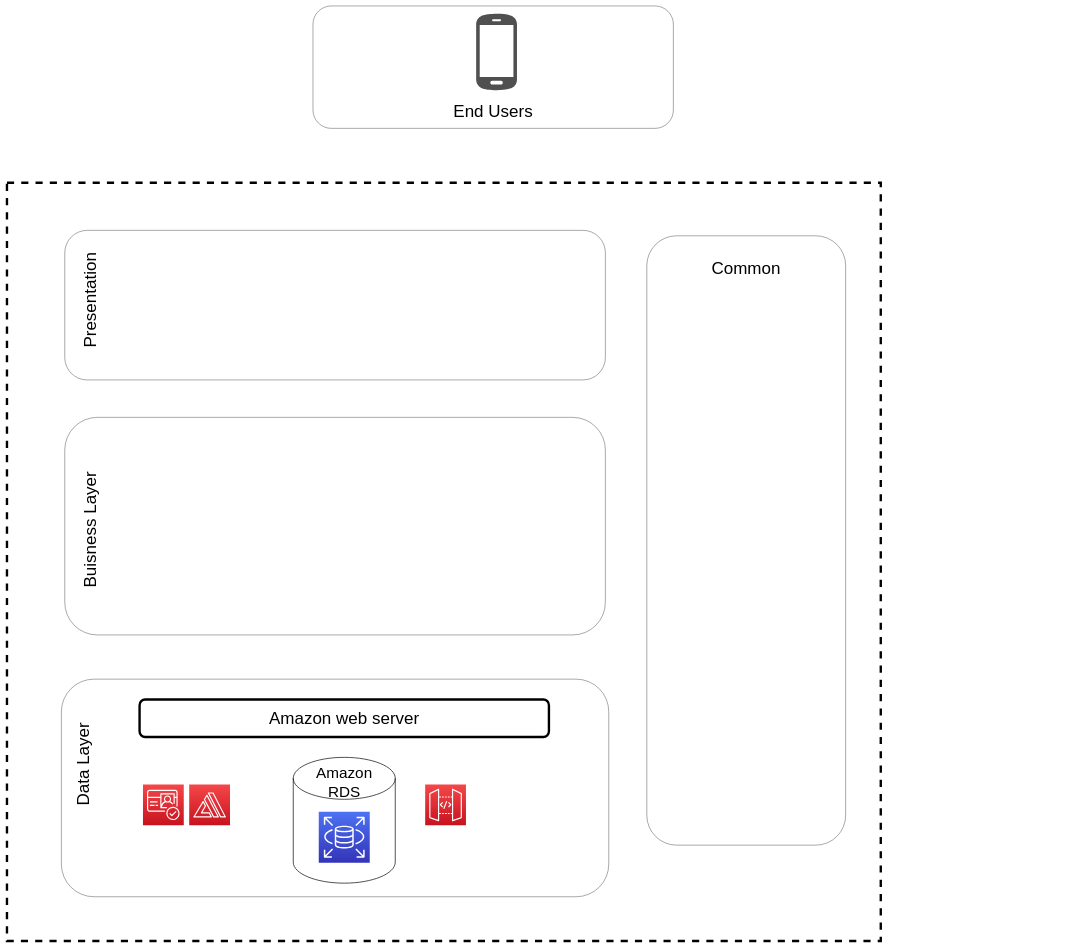
Earlier version of the draw.io diagram Untitled Diagram.drawio (SahanChan/x). Source tidied: cells renumbered, new cells numbered last; positions are measured from the earlier drawing's top-left corner, leaving out a move shared by most shapes. Both pictures are drawn from the tidied source at 34%, with x=0, y=0 at pixel (7, 6). Pictures stored in the file or linked from it are replaced by grey dashed boxes.
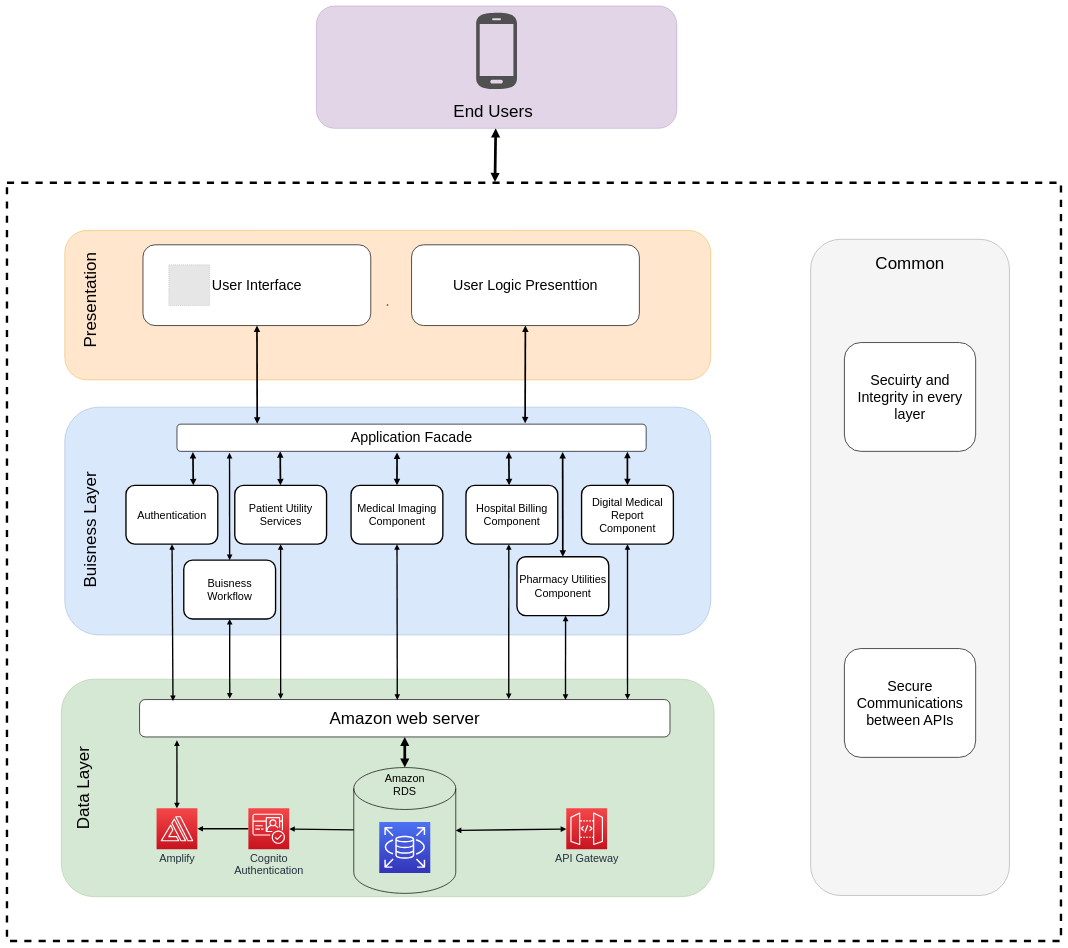
The same page after the edit.

The edit, as a diff of the source:
```diff
@@
     <mxCell id="2" style="rounded=0;whiteSpace=wrap;html=1;fillColor=none;dashed=1;glass=0;sketch=0;shadow=0;strokeWidth=7;" parent="1" vertex="1">
-      <mxGeometry y="520" width="2570" height="2230" as="geometry" />
+      <mxGeometry y="520" width="3100" height="2230" as="geometry" />
     </mxCell>
-    <mxCell id="3" style="rounded=1;whiteSpace=wrap;html=1;" parent="1" vertex="1">
-      <mxGeometry x="170" y="660" width="1590" height="440" as="geometry" />
+    <mxCell id="3" value="z" style="rounded=1;whiteSpace=wrap;html=1;fillColor=#ffe6cc;strokeColor=#d79b00;" parent="1" vertex="1">
+      <mxGeometry x="170" y="660" width="1900" height="440" as="geometry" />
     </mxCell>
-    <mxCell id="4" style="rounded=1;whiteSpace=wrap;html=1;" parent="1" vertex="1">
-      <mxGeometry x="160" y="1980" width="1610" height="640" as="geometry" />
+    <mxCell id="4" style="rounded=1;whiteSpace=wrap;html=1;fillColor=#d5e8d4;strokeColor=#82b366;" parent="1" vertex="1">
+      <mxGeometry x="160" y="1980" width="1920" height="640" as="geometry" />
     </mxCell>
-    <mxCell id="5" style="rounded=1;whiteSpace=wrap;html=1;" parent="1" vertex="1">
-      <mxGeometry x="170" y="1210" width="1590" height="640" as="geometry" />
+    <mxCell id="5" style="rounded=1;whiteSpace=wrap;html=1;fillColor=#dae8fc;strokeColor=#6c8ebf;" parent="1" vertex="1">
+      <mxGeometry x="170" y="1180" width="1900" height="670" as="geometry" />
     </mxCell>
@@
     <mxCell id="8" value="&lt;font style=&quot;font-size: 50px&quot;&gt;Data Layer&lt;/font&gt;" style="text;html=1;strokeColor=none;fillColor=none;align=center;verticalAlign=middle;whiteSpace=wrap;rounded=0;rotation=-90;" parent="1" vertex="1">
-      <mxGeometry x="100" y="2207.5" width="247.5" height="45" as="geometry" />
+      <mxGeometry x="100" y="2277.5" width="247.5" height="45" as="geometry" />
     </mxCell>
-    <mxCell id="9" style="rounded=1;whiteSpace=wrap;html=1;rotation=90;" parent="1" vertex="1">
-      <mxGeometry x="1278.2" y="1279.7" width="1792.2" height="584.8" as="geometry" />
+    <mxCell id="9" style="rounded=1;whiteSpace=wrap;html=1;rotation=90;fillColor=#f5f5f5;strokeColor=#666666;fontColor=#333333;" parent="1" vertex="1">
+      <mxGeometry x="1691.1" y="1358.9" width="1930" height="584.8" as="geometry" />
     </mxCell>
     <mxCell id="10" value="&lt;div style=&quot;font-size: 50px&quot;&gt;&lt;font style=&quot;font-size: 50px&quot;&gt;Common&lt;/font&gt;&lt;/div&gt;&lt;div&gt;&lt;br&gt;&lt;/div&gt;" style="text;html=1;strokeColor=none;fillColor=none;align=center;verticalAlign=middle;whiteSpace=wrap;rounded=0;" parent="1" vertex="1">
-      <mxGeometry x="2154.3" y="770" width="40" height="20" as="geometry" />
+      <mxGeometry x="2636.1" y="760" width="40" height="10" as="geometry" />
     </mxCell>
+    <mxCell id="21" style="edgeStyle=none;rounded=0;jettySize=auto;html=1;startArrow=block;startFill=1;endArrow=block;endFill=1;targetPerimeterSpacing=0;strokeWidth=8;entryX=0.463;entryY=-0.001;entryDx=0;entryDy=0;entryPerimeter=0;" parent="1" edge="1" source="11" target="2">
+      <mxGeometry relative="1" as="geometry" />
+    </mxCell>
-    <mxCell id="11" style="rounded=1;whiteSpace=wrap;html=1;" parent="1" vertex="1">
-      <mxGeometry x="900" width="1060" height="360" as="geometry" />
+    <mxCell id="11" style="rounded=1;whiteSpace=wrap;html=1;fillColor=#e1d5e7;strokeColor=#9673a6;" parent="1" vertex="1">
+      <mxGeometry x="910" width="1060" height="360" as="geometry" />
     </mxCell>
     <mxCell id="12" style="shadow=0;dashed=0;html=1;strokeColor=none;fillColor=#505050;labelPosition=center;verticalLabelPosition=bottom;verticalAlign=top;align=center;shape=mxgraph.office.devices.cell_phone_android_proportional;" parent="1" vertex="1">
-      <mxGeometry x="1380" y="20" width="120" height="230" as="geometry" />
+      <mxGeometry x="1380" y="17" width="120" height="230" as="geometry" />
     </mxCell>
@@
     <mxCell id="14" style="fontColor=#232F3E;gradientColor=#4D72F3;gradientDirection=north;fillColor=#3334B9;strokeColor=#ffffff;dashed=0;verticalLabelPosition=bottom;verticalAlign=top;align=center;html=1;fontSize=12;fontStyle=0;shape=mxgraph.aws4.resourceIcon;resIcon=mxgraph.aws4.rds;rounded=0;shadow=0;glass=0;sketch=0;" parent="1" vertex="1">
-      <mxGeometry x="917" y="2370" width="150" height="150" as="geometry" />
+      <mxGeometry x="1095" y="2400" width="150" height="150" as="geometry" />
     </mxCell>
+    <mxCell id="22" style="edgeStyle=none;rounded=0;jettySize=auto;html=1;startArrow=block;startFill=1;endArrow=block;endFill=1;targetPerimeterSpacing=0;strokeWidth=8;" parent="1" edge="1" source="15" target="17">
+      <mxGeometry relative="1" as="geometry" />
+    </mxCell>
+    <mxCell id="23" style="edgeStyle=none;rounded=0;jettySize=auto;html=1;startArrow=none;startFill=0;endArrow=block;endFill=1;targetPerimeterSpacing=0;strokeWidth=4;" parent="1" edge="1" source="15" target="18">
+      <mxGeometry relative="1" as="geometry" />
+    </mxCell>
     <mxCell id="15" style="strokeWidth=2;html=1;shape=mxgraph.flowchart.database;whiteSpace=wrap;rounded=0;shadow=0;glass=0;sketch=0;fillColor=none;" parent="1" vertex="1">
-      <mxGeometry x="842" y="2210" width="300" height="370" as="geometry" />
+      <mxGeometry x="1020" y="2240" width="300" height="370" as="geometry" />
     </mxCell>
-    <mxCell id="16" value="&lt;div style=&quot;font-size: 45px&quot;&gt;&lt;font style=&quot;font-size: 45px&quot;&gt;Amazon RDS&lt;/font&gt;&lt;/div&gt;&lt;div style=&quot;font-size: 45px&quot;&gt;&lt;font style=&quot;font-size: 45px&quot;&gt;&lt;br&gt;&lt;/font&gt;&lt;/div&gt;" style="text;html=1;strokeColor=none;fillColor=none;align=center;verticalAlign=middle;whiteSpace=wrap;rounded=0;shadow=0;glass=0;sketch=0;" parent="1" vertex="1">
-      <mxGeometry x="972" y="2300" width="40" height="20" as="geometry" />
+    <mxCell id="16" value="&lt;div style=&quot;font-size: 32px&quot;&gt;&lt;font style=&quot;font-size: 32px&quot;&gt;Amazon RDS&lt;/font&gt;&lt;/div&gt;&lt;div style=&quot;font-size: 32px&quot;&gt;&lt;font style=&quot;font-size: 32px&quot;&gt;&lt;br&gt;&lt;/font&gt;&lt;/div&gt;" style="text;html=1;strokeColor=none;fillColor=none;align=center;verticalAlign=middle;whiteSpace=wrap;rounded=0;shadow=0;glass=0;sketch=0;" parent="1" vertex="1">
+      <mxGeometry x="1146" y="2300" width="48" height="20" as="geometry" />
     </mxCell>
-    <mxCell id="17" value="&lt;div&gt;&lt;font style=&quot;font-size: 50px&quot;&gt;Amazon web server&lt;/font&gt;&lt;/div&gt;" style="rounded=1;whiteSpace=wrap;html=1;shadow=0;glass=0;sketch=0;strokeWidth=7;" parent="1" vertex="1">
-      <mxGeometry x="390" y="2040" width="1204" height="110" as="geometry" />
+    <mxCell id="17" value="&lt;div&gt;&lt;font style=&quot;font-size: 50px&quot;&gt;Amazon web server&lt;/font&gt;&lt;/div&gt;" style="rounded=1;whiteSpace=wrap;html=1;shadow=0;glass=0;sketch=0;strokeWidth=2;" parent="1" vertex="1">
+      <mxGeometry x="390" y="2040" width="1560" height="110" as="geometry" />
     </mxCell>
+    <mxCell id="24" style="edgeStyle=none;rounded=0;jettySize=auto;html=1;startArrow=none;startFill=0;endArrow=block;endFill=1;targetPerimeterSpacing=0;strokeWidth=4;" parent="1" edge="1" source="18" target="19">
+      <mxGeometry relative="1" as="geometry" />
+    </mxCell>
-    <mxCell id="18" style="points=[[0,0,0],[0.25,0,0],[0.5,0,0],[0.75,0,0],[1,0,0],[0,1,0],[0.25,1,0],[0.5,1,0],[0.75,1,0],[1,1,0],[0,0.25,0],[0,0.5,0],[0,0.75,0],[1,0.25,0],[1,0.5,0],[1,0.75,0]];outlineConnect=0;fontColor=#232F3E;gradientColor=#F54749;gradientDirection=north;fillColor=#C7131F;strokeColor=#ffffff;dashed=0;verticalLabelPosition=bottom;verticalAlign=top;align=center;html=1;fontSize=12;fontStyle=0;shape=mxgraph.aws4.resourceIcon;resIcon=mxgraph.aws4.cognito;rounded=0;shadow=0;glass=0;sketch=0;" parent="1" vertex="1">
-      <mxGeometry x="400" y="2290" width="120" height="120" as="geometry" />
+    <mxCell id="18" value="&lt;div&gt;&lt;font style=&quot;font-size: 32px&quot;&gt;Cognito&lt;/font&gt;&lt;/div&gt;&lt;div&gt;&lt;font style=&quot;font-size: 32px&quot;&gt; Authentication&lt;/font&gt;&lt;/div&gt;" style="points=[[0,0,0],[0.25,0,0],[0.5,0,0],[0.75,0,0],[1,0,0],[0,1,0],[0.25,1,0],[0.5,1,0],[0.75,1,0],[1,1,0],[0,0.25,0],[0,0.5,0],[0,0.75,0],[1,0.25,0],[1,0.5,0],[1,0.75,0]];outlineConnect=0;fontColor=#232F3E;gradientColor=#F54749;gradientDirection=north;fillColor=#C7131F;strokeColor=#ffffff;dashed=0;verticalLabelPosition=bottom;verticalAlign=top;align=center;html=1;fontSize=12;fontStyle=0;shape=mxgraph.aws4.resourceIcon;resIcon=mxgraph.aws4.cognito;rounded=0;shadow=0;glass=0;sketch=0;" parent="1" vertex="1">
+      <mxGeometry x="710" y="2360" width="120" height="120" as="geometry" />
     </mxCell>
+    <mxCell id="25" style="edgeStyle=none;rounded=0;jettySize=auto;html=1;entryX=0.177;entryY=0.281;entryDx=0;entryDy=0;entryPerimeter=0;startArrow=block;startFill=1;endArrow=block;endFill=1;targetPerimeterSpacing=0;strokeWidth=4;" parent="1" edge="1" source="19" target="4">
+      <mxGeometry relative="1" as="geometry" />
+    </mxCell>
-    <mxCell id="19" style="points=[[0,0,0],[0.25,0,0],[0.5,0,0],[0.75,0,0],[1,0,0],[0,1,0],[0.25,1,0],[0.5,1,0],[0.75,1,0],[1,1,0],[0,0.25,0],[0,0.5,0],[0,0.75,0],[1,0.25,0],[1,0.5,0],[1,0.75,0]];outlineConnect=0;fontColor=#232F3E;gradientColor=#F54749;gradientDirection=north;fillColor=#C7131F;strokeColor=#ffffff;dashed=0;verticalLabelPosition=bottom;verticalAlign=top;align=center;html=1;fontSize=12;fontStyle=0;shape=mxgraph.aws4.resourceIcon;resIcon=mxgraph.aws4.amplify;rounded=0;shadow=0;glass=0;sketch=0;" parent="1" vertex="1">
-      <mxGeometry x="536" y="2290" width="120" height="120" as="geometry" />
+    <mxCell id="19" value="&lt;font style=&quot;font-size: 32px&quot;&gt;Amplify&lt;/font&gt;" style="points=[[0,0,0],[0.25,0,0],[0.5,0,0],[0.75,0,0],[1,0,0],[0,1,0],[0.25,1,0],[0.5,1,0],[0.75,1,0],[1,1,0],[0,0.25,0],[0,0.5,0],[0,0.75,0],[1,0.25,0],[1,0.5,0],[1,0.75,0]];outlineConnect=0;fontColor=#232F3E;gradientColor=#F54749;gradientDirection=north;fillColor=#C7131F;strokeColor=#ffffff;dashed=0;verticalLabelPosition=bottom;verticalAlign=top;align=center;html=1;fontSize=12;fontStyle=0;shape=mxgraph.aws4.resourceIcon;resIcon=mxgraph.aws4.amplify;rounded=0;shadow=0;glass=0;sketch=0;" parent="1" vertex="1">
+      <mxGeometry x="440" y="2360" width="120" height="120" as="geometry" />
     </mxCell>
+    <mxCell id="26" style="edgeStyle=none;rounded=0;jettySize=auto;html=1;entryX=1;entryY=0.5;entryDx=0;entryDy=0;entryPerimeter=0;startArrow=block;startFill=1;endArrow=block;endFill=1;targetPerimeterSpacing=0;strokeWidth=4;" parent="1" edge="1" source="20" target="15">
+      <mxGeometry relative="1" as="geometry" />
+    </mxCell>
-    <mxCell id="20" style="points=[[0,0,0],[0.25,0,0],[0.5,0,0],[0.75,0,0],[1,0,0],[0,1,0],[0.25,1,0],[0.5,1,0],[0.75,1,0],[1,1,0],[0,0.25,0],[0,0.5,0],[0,0.75,0],[1,0.25,0],[1,0.5,0],[1,0.75,0]];outlineConnect=0;fontColor=#232F3E;gradientColor=#F54749;gradientDirection=north;fillColor=#C7131F;strokeColor=#ffffff;dashed=0;verticalLabelPosition=bottom;verticalAlign=top;align=center;html=1;fontSize=12;fontStyle=0;shape=mxgraph.aws4.resourceIcon;resIcon=mxgraph.aws4.api_gateway;rounded=0;shadow=0;glass=0;sketch=0;" parent="1" vertex="1">
-      <mxGeometry x="1230" y="2290" width="120" height="120" as="geometry" />
+    <mxCell id="20" value="&lt;div style=&quot;font-size: 32px&quot;&gt;&lt;font style=&quot;font-size: 32px&quot;&gt;API Gateway&lt;/font&gt;&lt;/div&gt;&lt;div style=&quot;font-size: 32px&quot;&gt;&lt;font style=&quot;font-size: 32px&quot;&gt;&lt;br&gt;&lt;/font&gt;&lt;/div&gt;" style="points=[[0,0,0],[0.25,0,0],[0.5,0,0],[0.75,0,0],[1,0,0],[0,1,0],[0.25,1,0],[0.5,1,0],[0.75,1,0],[1,1,0],[0,0.25,0],[0,0.5,0],[0,0.75,0],[1,0.25,0],[1,0.5,0],[1,0.75,0]];outlineConnect=0;fontColor=#232F3E;gradientColor=#F54749;gradientDirection=north;fillColor=#C7131F;strokeColor=#ffffff;dashed=0;verticalLabelPosition=bottom;verticalAlign=top;align=center;html=1;fontSize=12;fontStyle=0;shape=mxgraph.aws4.resourceIcon;resIcon=mxgraph.aws4.api_gateway;rounded=0;shadow=0;glass=0;sketch=0;" parent="1" vertex="1">
+      <mxGeometry x="1645" y="2360" width="120" height="120" as="geometry" />
     </mxCell>
+    <mxCell id="27" style="edgeStyle=none;rounded=0;jettySize=auto;html=1;entryX=0.22;entryY=0.995;entryDx=0;entryDy=0;entryPerimeter=0;startArrow=block;startFill=1;endArrow=block;endFill=1;targetPerimeterSpacing=0;strokeWidth=5;" parent="1" edge="1" source="29" target="53">
+      <mxGeometry relative="1" as="geometry" />
+    </mxCell>
+    <mxCell id="28" style="edgeStyle=none;rounded=0;jettySize=auto;html=1;entryX=0.266;entryY=-0.013;entryDx=0;entryDy=0;entryPerimeter=0;startArrow=block;startFill=1;endArrow=block;endFill=1;targetPerimeterSpacing=0;strokeWidth=4;" parent="1" edge="1" source="29" target="17">
+      <mxGeometry relative="1" as="geometry" />
+    </mxCell>
+    <mxCell id="29" value="&lt;font style=&quot;font-size: 32px&quot;&gt;Patient Utility Services&lt;/font&gt;" style="rounded=1;whiteSpace=wrap;html=1;shadow=0;glass=0;sketch=0;strokeWidth=4;" parent="1" vertex="1">
+      <mxGeometry x="670" y="1410" width="270" height="173" as="geometry" />
+    </mxCell>
+    <mxCell id="30" style="edgeStyle=none;rounded=0;jettySize=auto;html=1;entryX=0.469;entryY=1.043;entryDx=0;entryDy=0;entryPerimeter=0;startArrow=block;startFill=1;endArrow=block;endFill=1;targetPerimeterSpacing=0;strokeWidth=5;" parent="1" edge="1" source="32" target="53">
+      <mxGeometry relative="1" as="geometry" />
+    </mxCell>
+    <mxCell id="31" style="edgeStyle=none;rounded=0;jettySize=auto;html=1;startArrow=block;startFill=1;endArrow=block;endFill=1;targetPerimeterSpacing=0;strokeWidth=4;" parent="1" edge="1" source="32">
+      <mxGeometry relative="1" as="geometry">
+        <mxPoint x="1148" y="2041" as="targetPoint" />
+      </mxGeometry>
+    </mxCell>
+    <mxCell id="32" value="&lt;div style=&quot;font-size: 32px&quot;&gt;&lt;font style=&quot;font-size: 32px&quot;&gt;Medical Imaging Component&lt;/font&gt;&lt;/div&gt;" style="rounded=1;whiteSpace=wrap;html=1;shadow=0;glass=0;sketch=0;strokeWidth=4;" parent="1" vertex="1">
+      <mxGeometry x="1012" y="1410" width="270" height="173" as="geometry" />
+    </mxCell>
+    <mxCell id="33" style="edgeStyle=none;rounded=0;orthogonalLoop=1;jettySize=auto;html=1;startArrow=block;startFill=1;endArrow=block;endFill=1;targetPerimeterSpacing=0;strokeWidth=5;" parent="1" edge="1">
+      <mxGeometry relative="1" as="geometry">
+        <mxPoint x="1477" y="1410" as="sourcePoint" />
+        <mxPoint x="1476" y="1312" as="targetPoint" />
+      </mxGeometry>
+    </mxCell>
+    <mxCell id="34" style="edgeStyle=none;rounded=0;jettySize=auto;html=1;entryX=0.696;entryY=-0.013;entryDx=0;entryDy=0;entryPerimeter=0;startArrow=block;startFill=1;endArrow=block;endFill=1;targetPerimeterSpacing=0;strokeWidth=4;" parent="1" edge="1" target="17">
+      <mxGeometry relative="1" as="geometry">
+        <mxPoint x="1476" y="1583" as="sourcePoint" />
+      </mxGeometry>
+    </mxCell>
+    <mxCell id="35" value="&lt;div style=&quot;font-size: 32px&quot;&gt;&lt;font style=&quot;font-size: 32px&quot;&gt;Hospital Billing Component&lt;/font&gt;&lt;/div&gt;" style="rounded=1;whiteSpace=wrap;html=1;shadow=0;glass=0;sketch=0;strokeWidth=4;" parent="1" vertex="1">
+      <mxGeometry x="1350" y="1410" width="270" height="173" as="geometry" />
+    </mxCell>
+    <mxCell id="36" style="edgeStyle=none;rounded=0;jettySize=auto;html=1;entryX=0.96;entryY=1.017;entryDx=0;entryDy=0;entryPerimeter=0;startArrow=block;startFill=1;endArrow=block;endFill=1;targetPerimeterSpacing=0;strokeWidth=5;" parent="1" edge="1" source="38" target="53">
+      <mxGeometry relative="1" as="geometry" />
+    </mxCell>
+    <mxCell id="37" style="edgeStyle=none;rounded=0;jettySize=auto;html=1;entryX=0.92;entryY=0;entryDx=0;entryDy=0;entryPerimeter=0;startArrow=block;startFill=1;endArrow=block;endFill=1;targetPerimeterSpacing=0;strokeWidth=4;" parent="1" edge="1" source="38" target="17">
+      <mxGeometry relative="1" as="geometry" />
+    </mxCell>
+    <mxCell id="38" value="&lt;font style=&quot;font-size: 32px&quot;&gt;Digital Medical Report Component&lt;/font&gt;" style="rounded=1;whiteSpace=wrap;html=1;shadow=0;glass=0;sketch=0;strokeWidth=4;" parent="1" vertex="1">
+      <mxGeometry x="1690" y="1410" width="270" height="173" as="geometry" />
+    </mxCell>
+    <mxCell id="39" style="edgeStyle=none;rounded=0;jettySize=auto;html=1;entryX=0.034;entryY=1.024;entryDx=0;entryDy=0;entryPerimeter=0;startArrow=block;startFill=1;endArrow=block;endFill=1;targetPerimeterSpacing=0;strokeWidth=5;" parent="1" edge="1" target="53">
+      <mxGeometry relative="1" as="geometry">
+        <mxPoint x="548" y="1410" as="sourcePoint" />
+      </mxGeometry>
+    </mxCell>
+    <mxCell id="40" style="edgeStyle=none;rounded=0;jettySize=auto;html=1;entryX=0.063;entryY=0.039;entryDx=0;entryDy=0;entryPerimeter=0;startArrow=block;startFill=1;endArrow=block;endFill=1;targetPerimeterSpacing=0;strokeWidth=4;" parent="1" edge="1" source="41" target="17">
+      <mxGeometry relative="1" as="geometry" />
+    </mxCell>
+    <mxCell id="41" value="&lt;font style=&quot;font-size: 32px&quot;&gt;Authentication&lt;/font&gt;" style="rounded=1;whiteSpace=wrap;html=1;shadow=0;glass=0;sketch=0;strokeWidth=4;" parent="1" vertex="1">
+      <mxGeometry x="350" y="1410" width="270" height="173" as="geometry" />
+    </mxCell>
+    <mxCell id="42" style="edgeStyle=none;rounded=0;jettySize=auto;html=1;entryX=0.17;entryY=-0.025;entryDx=0;entryDy=0;entryPerimeter=0;startArrow=block;startFill=1;endArrow=block;endFill=1;targetPerimeterSpacing=0;strokeWidth=4;" parent="1" edge="1" source="44" target="17">
+      <mxGeometry relative="1" as="geometry" />
+    </mxCell>
+    <mxCell id="43" style="edgeStyle=none;rounded=0;jettySize=auto;html=1;entryX=0.112;entryY=1.054;entryDx=0;entryDy=0;entryPerimeter=0;startArrow=block;startFill=1;endArrow=block;endFill=1;targetPerimeterSpacing=0;strokeWidth=4;" parent="1" edge="1" source="44" target="53">
+      <mxGeometry relative="1" as="geometry" />
+    </mxCell>
+    <mxCell id="44" value="&lt;font style=&quot;font-size: 32px&quot;&gt;Buisness Workflow&lt;/font&gt;" style="rounded=1;whiteSpace=wrap;html=1;shadow=0;glass=0;sketch=0;strokeWidth=4;" parent="1" vertex="1">
+      <mxGeometry x="520" y="1630" width="270" height="173" as="geometry" />
+    </mxCell>
+    <mxCell id="45" style="edgeStyle=none;rounded=0;jettySize=auto;html=1;entryX=0.822;entryY=1.024;entryDx=0;entryDy=0;entryPerimeter=0;startArrow=block;startFill=1;endArrow=block;endFill=1;targetPerimeterSpacing=0;strokeWidth=5;" parent="1" edge="1" source="47" target="53">
+      <mxGeometry relative="1" as="geometry" />
+    </mxCell>
+    <mxCell id="46" style="edgeStyle=none;rounded=0;jettySize=auto;html=1;entryX=0.803;entryY=0.009;entryDx=0;entryDy=0;entryPerimeter=0;startArrow=block;startFill=1;endArrow=block;endFill=1;targetPerimeterSpacing=0;strokeWidth=4;" parent="1" edge="1" target="17">
+      <mxGeometry relative="1" as="geometry">
+        <mxPoint x="1643" y="1793" as="sourcePoint" />
+      </mxGeometry>
+    </mxCell>
+    <mxCell id="47" value="&lt;div style=&quot;font-size: 32px&quot;&gt;&lt;font style=&quot;font-size: 32px&quot;&gt;Pharmacy Utilities Component&lt;/font&gt;&lt;/div&gt;" style="rounded=1;whiteSpace=wrap;html=1;shadow=0;glass=0;sketch=0;strokeWidth=4;" parent="1" vertex="1">
+      <mxGeometry x="1500" y="1620" width="270" height="173" as="geometry" />
+    </mxCell>
+    <mxCell id="48" style="rounded=0;jettySize=auto;html=1;entryX=0.171;entryY=-0.014;entryDx=0;entryDy=0;entryPerimeter=0;strokeWidth=5;endArrow=block;endFill=1;targetPerimeterSpacing=0;startArrow=block;startFill=1;" parent="1" edge="1" source="49" target="53">
+      <mxGeometry relative="1" as="geometry" />
+    </mxCell>
+    <mxCell id="49" value="&lt;font style=&quot;font-size: 42px&quot;&gt;User Interface&lt;/font&gt;" style="rounded=1;whiteSpace=wrap;html=1;shadow=0;glass=0;sketch=0;strokeWidth=2;" parent="1" vertex="1">
+      <mxGeometry x="400" y="702.5" width="670" height="237.5" as="geometry" />
+    </mxCell>
+    <mxCell id="50" style="fillColor=#E6E6E6;strokeColor=#999999;dashed=1;html=1;verticalAlign=top;verticalLabelPosition=bottom;labelBackgroundColor=#ffffff;" parent="1" vertex="1">
+      <mxGeometry x="476" y="761.2" width="120" height="120" as="geometry" />
+    </mxCell>
+    <mxCell id="51" style="edgeStyle=none;rounded=0;jettySize=auto;html=1;startArrow=block;startFill=1;endArrow=block;endFill=1;targetPerimeterSpacing=0;strokeWidth=5;entryX=0.742;entryY=-0.029;entryDx=0;entryDy=0;entryPerimeter=0;" parent="1" edge="1" source="52" target="53">
+      <mxGeometry relative="1" as="geometry" />
+    </mxCell>
+    <mxCell id="52" value="&lt;font style=&quot;font-size: 42px&quot;&gt;User Logic Presenttion&lt;/font&gt;" style="rounded=1;whiteSpace=wrap;html=1;shadow=0;glass=0;sketch=0;strokeWidth=2;" parent="1" vertex="1">
+      <mxGeometry x="1190" y="702.5" width="670" height="237.5" as="geometry" />
+    </mxCell>
+    <mxCell id="53" value="&lt;div style=&quot;font-size: 42px&quot;&gt;&lt;font style=&quot;font-size: 42px&quot;&gt;Application Facade&lt;/font&gt;&lt;/div&gt;" style="rounded=1;whiteSpace=wrap;html=1;shadow=0;glass=0;sketch=0;strokeWidth=2;" parent="1" vertex="1">
+      <mxGeometry x="500" y="1230" width="1380" height="80" as="geometry" />
+    </mxCell>
+    <mxCell id="54" value="&lt;font style=&quot;font-size: 42px&quot;&gt;Secuirty and Integrity in every layer&lt;/font&gt;" style="rounded=1;whiteSpace=wrap;html=1;shadow=0;glass=0;sketch=0;strokeWidth=2;" parent="1" vertex="1">
+      <mxGeometry x="2463" y="990" width="386.1" height="320" as="geometry" />
+    </mxCell>
+    <mxCell id="55" value="&lt;div&gt;&lt;font style=&quot;font-size: 42px&quot;&gt;Secure Communications between APIs&lt;br&gt;&lt;/font&gt;&lt;/div&gt;" style="rounded=1;whiteSpace=wrap;html=1;shadow=0;glass=0;sketch=0;strokeWidth=2;" parent="1" vertex="1">
+      <mxGeometry x="2463" y="1890" width="386.1" height="320" as="geometry" />
+    </mxCell>
```
